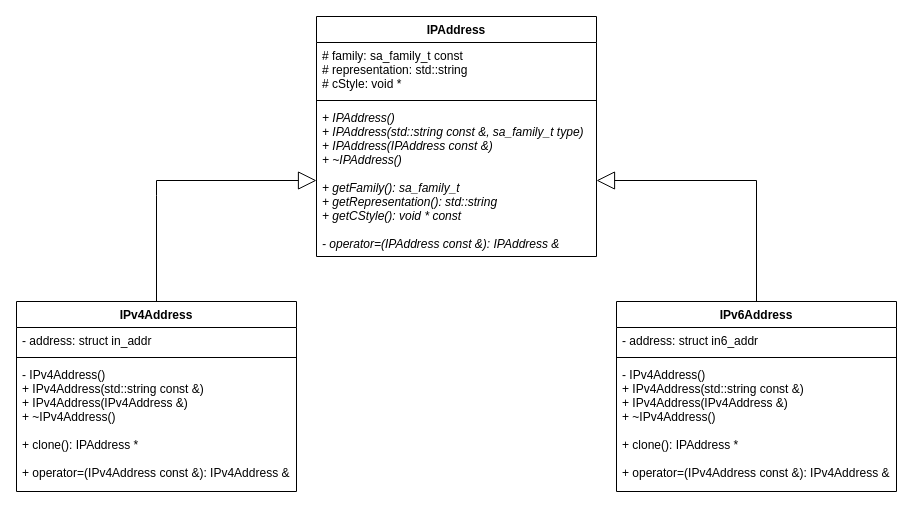
The draw.io diagram docs/DiagramUML.drawio in tbellavia/ft_irc, before the edit. Source tidied: cells renumbered, new cells numbered last; positions are measured from the earlier drawing's top-left corner, leaving out a move shared by most shapes. Both pictures are drawn from the tidied source at 100%, with x=0, y=0 at pixel (16, 16).
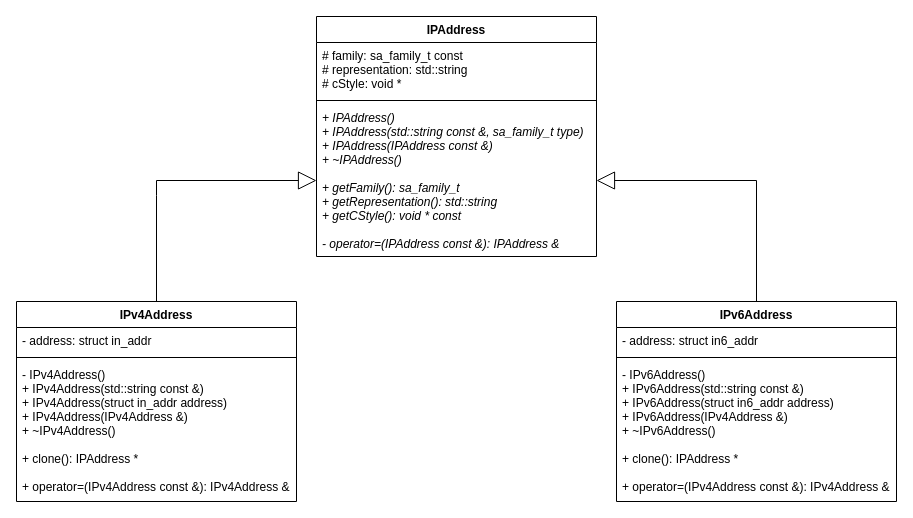
After the change.

What changed in the source:
```diff
@@
 <mxGraphModel>
   <root>
     <mxCell id="0" />
     <mxCell id="1" parent="0" />
     <mxCell id="2" value="IPAddress" style="swimlane;fontStyle=1;align=center;verticalAlign=top;horizontal=1;startSize=26;" parent="1" vertex="1">
       <mxGeometry x="300" width="280" height="240" as="geometry" />
     </mxCell>
     <mxCell id="3" value="# family: sa_family_t const&#10;# representation: std::string&#10;# cStyle: void *&#10;" style="text;strokeColor=none;fillColor=none;align=left;verticalAlign=top;spacingLeft=4;spacingRight=4;overflow=hidden;" parent="2" vertex="1">
       <mxGeometry y="26" width="280" height="54" as="geometry" />
     </mxCell>
     <mxCell id="4" style="line;strokeWidth=1;fillColor=none;align=left;verticalAlign=middle;spacingTop=-1;spacingLeft=3;spacingRight=3;labelPosition=right;" parent="2" vertex="1">
       <mxGeometry y="80" width="280" height="8" as="geometry" />
     </mxCell>
     <mxCell id="5" value="+ IPAddress()&#10;+ IPAddress(std::string const &amp;, sa_family_t type)&#10;+ IPAddress(IPAddress const &amp;)&#10;+ ~IPAddress()&#10;&#10;+ getFamily(): sa_family_t&#10;+ getRepresentation(): std::string&#10;+ getCStyle(): void * const&#10;&#10;- operator=(IPAddress const &amp;): IPAddress &amp;" style="text;strokeColor=none;fillColor=none;align=left;verticalAlign=top;spacingLeft=4;spacingRight=4;overflow=hidden;points=[[0,0.5],[1,0.5]];portConstraint=eastwest;fontStyle=2;" parent="2" vertex="1">
       <mxGeometry y="88" width="280" height="152" as="geometry" />
     </mxCell>
     <mxCell id="6" value="IPv4Address" style="swimlane;fontStyle=1;align=center;verticalAlign=top;horizontal=1;startSize=26;" parent="1" vertex="1">
-      <mxGeometry y="285" width="280" height="190" as="geometry" />
+      <mxGeometry y="285" width="280" height="200" as="geometry" />
     </mxCell>
     <mxCell id="7" value="- address: struct in_addr" style="text;strokeColor=none;fillColor=none;align=left;verticalAlign=top;spacingLeft=4;spacingRight=4;overflow=hidden;" parent="6" vertex="1">
       <mxGeometry y="26" width="280" height="26" as="geometry" />
     </mxCell>
     <mxCell id="8" style="line;strokeWidth=1;fillColor=none;align=left;verticalAlign=middle;spacingTop=-1;spacingLeft=3;spacingRight=3;labelPosition=right;" parent="6" vertex="1">
       <mxGeometry y="52" width="280" height="8" as="geometry" />
     </mxCell>
-    <mxCell id="9" value="- IPv4Address()&#10;+ IPv4Address(std::string const &amp;)&#10;+ IPv4Address(IPv4Address &amp;)&#10;+ ~IPv4Address()&#10;&#10;+ clone(): IPAddress *&#10;&#10;+ operator=(IPv4Address const &amp;): IPv4Address &amp;&#10;" style="text;strokeColor=none;fillColor=none;align=left;verticalAlign=top;spacingLeft=4;spacingRight=4;overflow=hidden;" parent="6" vertex="1">
-      <mxGeometry y="60" width="280" height="130" as="geometry" />
+    <mxCell id="9" value="- IPv4Address()&#10;+ IPv4Address(std::string const &amp;)&#10;+ IPv4Address(struct in_addr address)&#10;+ IPv4Address(IPv4Address &amp;)&#10;+ ~IPv4Address()&#10;&#10;+ clone(): IPAddress *&#10;&#10;+ operator=(IPv4Address const &amp;): IPv4Address &amp;&#10;" style="text;strokeColor=none;fillColor=none;align=left;verticalAlign=top;spacingLeft=4;spacingRight=4;overflow=hidden;" parent="6" vertex="1">
+      <mxGeometry y="60" width="280" height="140" as="geometry" />
     </mxCell>
     <mxCell id="10" value="IPv6Address" style="swimlane;fontStyle=1;align=center;verticalAlign=top;horizontal=1;startSize=26;" parent="1" vertex="1">
-      <mxGeometry x="600" y="285" width="280" height="190" as="geometry" />
+      <mxGeometry x="600" y="285" width="280" height="200" as="geometry" />
     </mxCell>
     <mxCell id="11" value="- address: struct in6_addr" style="text;strokeColor=none;fillColor=none;align=left;verticalAlign=top;spacingLeft=4;spacingRight=4;overflow=hidden;" parent="10" vertex="1">
       <mxGeometry y="26" width="280" height="26" as="geometry" />
     </mxCell>
     <mxCell id="12" style="line;strokeWidth=1;fillColor=none;align=left;verticalAlign=middle;spacingTop=-1;spacingLeft=3;spacingRight=3;labelPosition=right;" parent="10" vertex="1">
       <mxGeometry y="52" width="280" height="8" as="geometry" />
     </mxCell>
-    <mxCell id="13" value="- IPv4Address()&#10;+ IPv4Address(std::string const &amp;)&#10;+ IPv4Address(IPv4Address &amp;)&#10;+ ~IPv4Address()&#10;&#10;+ clone(): IPAddress *&#10;&#10;+ operator=(IPv4Address const &amp;): IPv4Address &amp;&#10;" style="text;strokeColor=none;fillColor=none;align=left;verticalAlign=top;spacingLeft=4;spacingRight=4;overflow=hidden;" parent="10" vertex="1">
-      <mxGeometry y="60" width="280" height="130" as="geometry" />
+    <mxCell id="13" value="- IPv6Address()&#10;+ IPv6Address(std::string const &amp;)&#10;+ IPv6Address(struct in6_addr address)&#10;+ IPv6Address(IPv4Address &amp;)&#10;+ ~IPv6Address()&#10;&#10;+ clone(): IPAddress *&#10;&#10;+ operator=(IPv4Address const &amp;): IPv4Address &amp;&#10;" style="text;strokeColor=none;fillColor=none;align=left;verticalAlign=top;spacingLeft=4;spacingRight=4;overflow=hidden;" parent="10" vertex="1">
+      <mxGeometry y="60" width="280" height="140" as="geometry" />
     </mxCell>
     <mxCell id="14" style="endArrow=block;endSize=16;endFill=0;html=1;rounded=0;exitX=0.5;exitY=0;exitDx=0;exitDy=0;entryX=0;entryY=0.5;entryDx=0;entryDy=0;" parent="1" edge="1" source="6" target="5">
       <mxGeometry relative="1" as="geometry">
         <Array as="points">
           <mxPoint x="140" y="179" />
           <mxPoint x="140" y="164" />
         </Array>
       </mxGeometry>
     </mxCell>
     <mxCell id="15" style="endArrow=block;endSize=16;endFill=0;html=1;rounded=0;entryX=1;entryY=0.5;entryDx=0;entryDy=0;exitX=0.5;exitY=0;exitDx=0;exitDy=0;" parent="1" edge="1" source="10" target="5">
       <mxGeometry relative="1" as="geometry">
         <Array as="points">
           <mxPoint x="740" y="164" />
         </Array>
       </mxGeometry>
     </mxCell>
   </root>
 </mxGraphModel>
```
